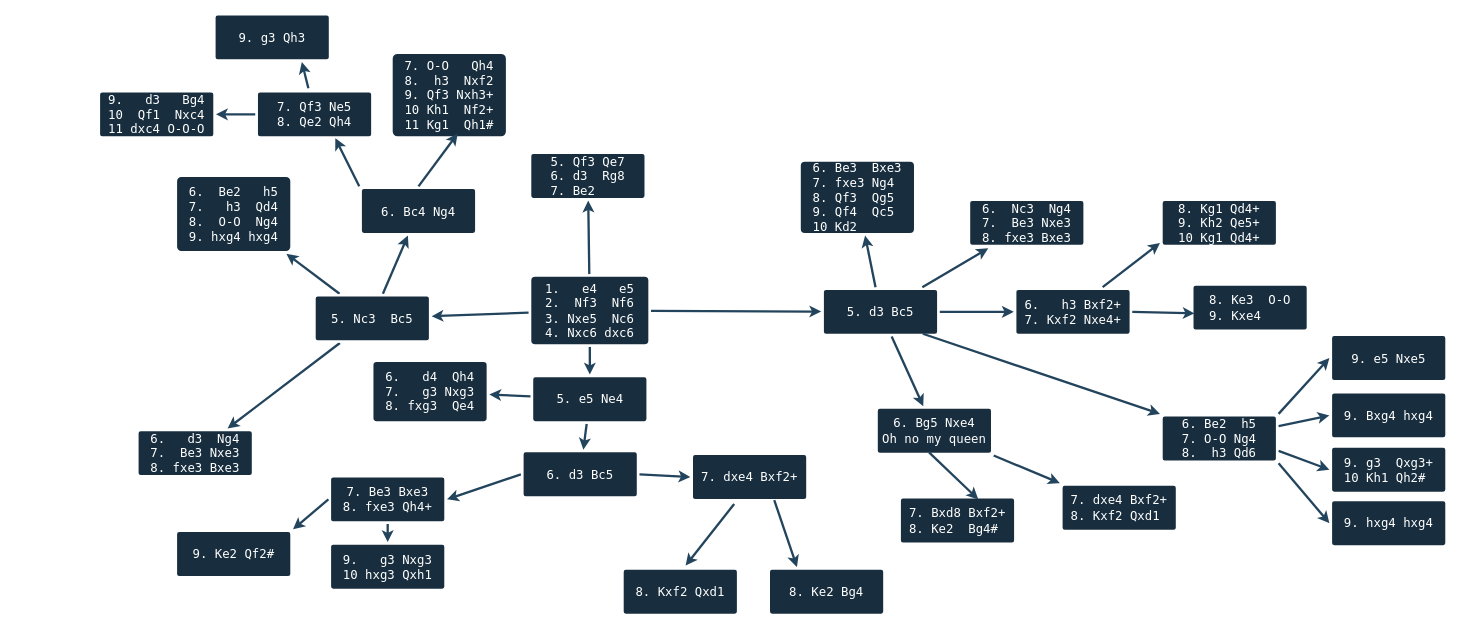
Earlier version of the draw.io diagram Untitled Diagram.drawio (xetenigune/endothermic-cretoxyrhina). Source tidied: cells renumbered, new cells numbered last; positions are measured from the earlier drawing's top-left corner, leaving out a move shared by most shapes. Both pictures are drawn from the tidied source at 77%, with x=0, y=0 at pixel (99, 14).
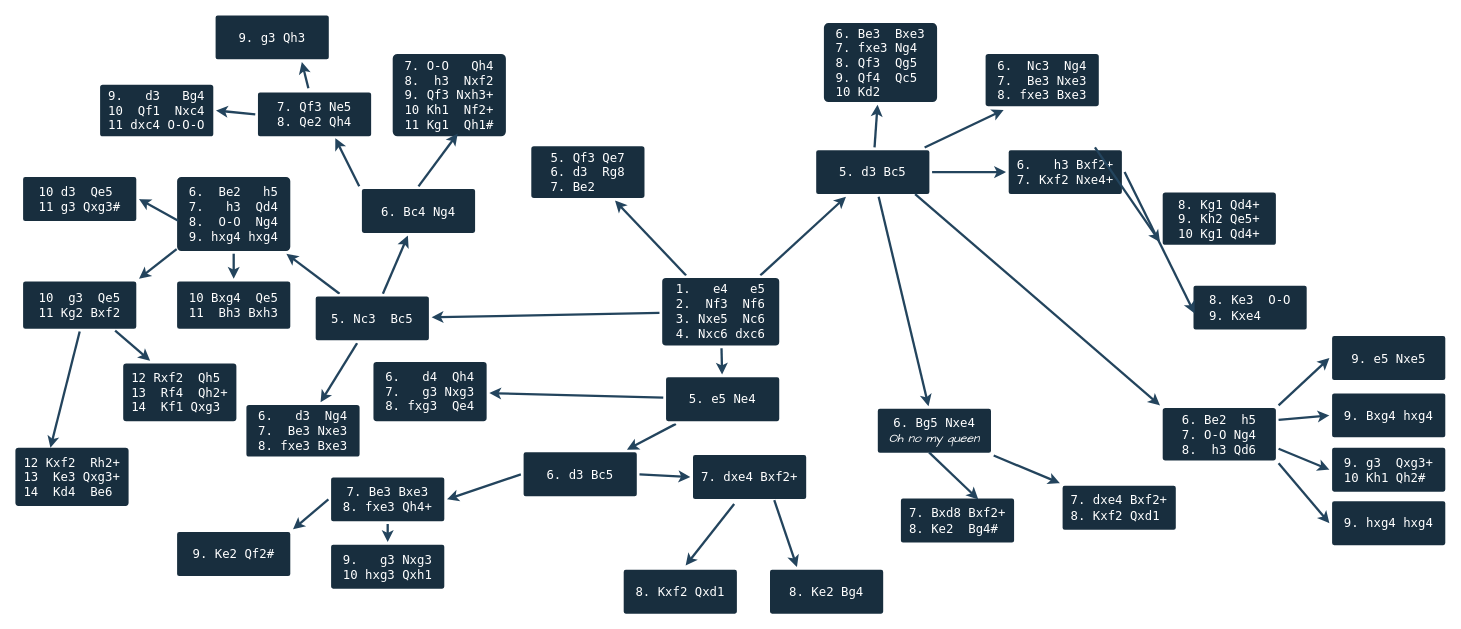
The same diagram, later.

Unchanged cells that the change refers to:
```xml
<mxCell id="11" value="6.&amp;nbsp; Be2&amp;nbsp; &amp;nbsp;h5&lt;br style=&quot;font-size: 16px;&quot;&gt;7.&amp;nbsp; &amp;nbsp;h3&amp;nbsp; Qd4&lt;br style=&quot;font-size: 16px;&quot;&gt;8.&amp;nbsp; O-O&amp;nbsp; Ng4&lt;br style=&quot;font-size: 16px;&quot;&gt;9. hxg4 hxg4" style="rounded=1;whiteSpace=wrap;html=1;shadow=0;labelBackgroundColor=none;strokeColor=#FFFFFF;strokeWidth=3;fillColor=#182E3E;fontFamily=Lucida Console;fontSize=16;fontColor=#FFFFFF;align=center;spacing=5;fontStyle=0;arcSize=7;perimeterSpacing=2;" parent="1" vertex="1">
  <mxGeometry x="100" y="210" width="150" height="99" as="geometry" />
</mxCell>
```

The edit, as a diff of the source:
```diff
@@
     <mxCell id="6" value="&lt;font style=&quot;font-size: 16px;&quot;&gt;1.&amp;nbsp; &amp;nbsp;e4&amp;nbsp; &amp;nbsp;e5&lt;br style=&quot;font-size: 16px;&quot;&gt;2.&amp;nbsp; Nf3&amp;nbsp; Nf6&lt;br style=&quot;font-size: 16px;&quot;&gt;3. Nxe5&amp;nbsp; Nc6&lt;br style=&quot;font-size: 16px;&quot;&gt;4. Nxc6 dxc6&lt;br style=&quot;font-size: 16px;&quot;&gt;&lt;/font&gt;" style="rounded=1;whiteSpace=wrap;html=1;shadow=0;labelBackgroundColor=none;strokeColor=#FFFFFF;strokeWidth=3;fillColor=#182E3E;fontFamily=Lucida Console;fontSize=16;fontColor=#FFFFFF;align=center;fontStyle=0;spacing=5;arcSize=7;perimeterSpacing=2;" parent="1" vertex="1">
-      <mxGeometry x="560" y="339.5" width="155" height="90.5" as="geometry" />
+      <mxGeometry x="730" y="341.2" width="155" height="90.5" as="geometry" />
     </mxCell>
@@
     <mxCell id="13" value="6.&amp;nbsp; &amp;nbsp;d3&amp;nbsp; Ng4&lt;br style=&quot;font-size: 16px;&quot;&gt;7.&amp;nbsp; Be3 Nxe3&lt;br style=&quot;font-size: 16px;&quot;&gt;8. fxe3 Bxe3" style="rounded=1;whiteSpace=wrap;html=1;shadow=0;labelBackgroundColor=none;strokeColor=#FFFFFF;strokeWidth=3;fillColor=#182E3E;fontFamily=Lucida Console;fontSize=16;fontColor=#FFFFFF;align=center;spacing=5;fontStyle=0;arcSize=7;perimeterSpacing=2;" parent="1" vertex="1">
-      <mxGeometry x="50" y="540" width="150" height="60" as="geometry" />
+      <mxGeometry x="190" y="506" width="150" height="70" as="geometry" />
     </mxCell>
@@
     <mxCell id="17" value="5. e5 Ne4" style="rounded=1;whiteSpace=wrap;html=1;shadow=0;labelBackgroundColor=none;strokeColor=#FFFFFF;strokeWidth=3;fillColor=#182E3E;fontFamily=Lucida Console;fontSize=16;fontColor=#FFFFFF;align=center;spacing=5;fontStyle=0;arcSize=7;perimeterSpacing=2;" parent="1" vertex="1">
-      <mxGeometry x="562.5" y="470" width="150" height="60" as="geometry" />
+      <mxGeometry x="735" y="470" width="150" height="60" as="geometry" />
     </mxCell>
@@
     <mxCell id="21" value="5. Qf3 Qe7&lt;br style=&quot;font-size: 16px;&quot;&gt;6. d3&amp;nbsp; Rg8&lt;br style=&quot;font-size: 16px;&quot;&gt;7. Be2&amp;nbsp; &amp;nbsp;&amp;nbsp;" style="rounded=1;whiteSpace=wrap;html=1;shadow=0;labelBackgroundColor=none;strokeColor=#FFFFFF;strokeWidth=3;fillColor=#182E3E;fontFamily=Lucida Console;fontSize=16;fontColor=#FFFFFF;align=center;spacing=5;fontStyle=0;arcSize=7;perimeterSpacing=2;" parent="1" vertex="1">
-      <mxGeometry x="560" y="180" width="150" height="60" as="geometry" />
+      <mxGeometry x="560" y="170" width="150" height="70" as="geometry" />
     </mxCell>
     <mxCell id="22" value="5. d3 Bc5" style="rounded=1;whiteSpace=wrap;html=1;shadow=0;labelBackgroundColor=none;strokeColor=#FFFFFF;strokeWidth=3;fillColor=#182E3E;fontFamily=Lucida Console;fontSize=16;fontColor=#FFFFFF;align=center;spacing=5;fontStyle=0;arcSize=7;perimeterSpacing=2;" parent="1" vertex="1">
-      <mxGeometry x="940" y="356.5" width="150" height="60" as="geometry" />
+      <mxGeometry x="930" y="175" width="150" height="60" as="geometry" />
     </mxCell>
     <mxCell id="23" value="6. Be3&amp;nbsp; Bxe3&lt;br style=&quot;font-size: 16px;&quot;&gt;7. fxe3 Ng4&amp;nbsp;&lt;br style=&quot;font-size: 16px;&quot;&gt;8. Qf3&amp;nbsp; Qg5&amp;nbsp;&lt;br style=&quot;font-size: 16px;&quot;&gt;9. Qf4&amp;nbsp; Qc5&amp;nbsp;&lt;br style=&quot;font-size: 16px;&quot;&gt;10 Kd2&amp;nbsp; &amp;nbsp; &amp;nbsp;&amp;nbsp;" style="rounded=1;whiteSpace=wrap;html=1;shadow=0;labelBackgroundColor=none;strokeColor=#FFFFFF;strokeWidth=3;fillColor=#182E3E;fontFamily=Lucida Console;fontSize=16;fontColor=#FFFFFF;align=center;spacing=5;fontStyle=0;arcSize=7;perimeterSpacing=2;" parent="1" vertex="1">
-      <mxGeometry x="910" y="190" width="150" height="95.5" as="geometry" />
+      <mxGeometry x="940" y="10" width="150" height="105.5" as="geometry" />
     </mxCell>
@@
     <mxCell id="25" value="6.&amp;nbsp; &amp;nbsp;h3 Bxf2+&lt;br style=&quot;font-size: 16px;&quot;&gt;7. Kxf2 Nxe4+" style="rounded=1;whiteSpace=wrap;html=1;shadow=0;labelBackgroundColor=none;strokeColor=#FFFFFF;strokeWidth=3;fillColor=#182E3E;fontFamily=Lucida Console;fontSize=16;fontColor=#FFFFFF;align=center;spacing=5;fontStyle=0;arcSize=7;perimeterSpacing=2;" parent="1" vertex="1">
-      <mxGeometry x="1190" y="356.5" width="150" height="60" as="geometry" />
+      <mxGeometry x="1180" y="175" width="150" height="60" as="geometry" />
     </mxCell>
@@
     <mxCell id="27" value="6.&amp;nbsp; Nc3&amp;nbsp; Ng4&lt;br style=&quot;font-size: 16px;&quot;&gt;7.&amp;nbsp; Be3 Nxe3&lt;br style=&quot;font-size: 16px;&quot;&gt;8. fxe3 Bxe3" style="rounded=1;whiteSpace=wrap;html=1;shadow=0;labelBackgroundColor=none;strokeColor=#FFFFFF;strokeWidth=3;fillColor=#182E3E;fontFamily=Lucida Console;fontSize=16;fontColor=#FFFFFF;align=center;spacing=5;fontStyle=0;arcSize=7;perimeterSpacing=2;" parent="1" vertex="1">
-      <mxGeometry x="1130" y="241" width="150" height="60" as="geometry" />
+      <mxGeometry x="1150" y="50" width="150" height="71" as="geometry" />
     </mxCell>
@@
-    <mxCell id="29" value="6. Bg5 Nxe4&lt;br style=&quot;font-size: 16px;&quot;&gt;Oh no my queen" style="rounded=1;whiteSpace=wrap;html=1;shadow=0;labelBackgroundColor=none;strokeColor=#FFFFFF;strokeWidth=3;fillColor=#182E3E;fontFamily=Lucida Console;fontSize=16;fontColor=#FFFFFF;align=center;spacing=5;fontStyle=0;arcSize=7;perimeterSpacing=2;fillStyle=auto;" parent="1" vertex="1">
+    <mxCell id="29" value="6. Bg5 Nxe4&lt;br style=&quot;font-size: 16px;&quot;&gt;&lt;font face=&quot;Comic Sans MS&quot;&gt;&lt;i&gt;Oh no my queen&lt;/i&gt;&lt;/font&gt;" style="rounded=1;whiteSpace=wrap;html=1;shadow=0;labelBackgroundColor=none;strokeColor=#FFFFFF;strokeWidth=3;fillColor=#182E3E;fontFamily=Lucida Console;fontSize=16;fontColor=#FFFFFF;align=center;spacing=5;fontStyle=0;arcSize=7;perimeterSpacing=2;fillStyle=auto;" parent="1" vertex="1">
       <mxGeometry x="1010" y="511" width="150" height="60" as="geometry" />
     </mxCell>
@@
     <mxCell id="31" value="6. Be2&amp;nbsp; h5&lt;br style=&quot;font-size: 16px;&quot;&gt;7. O-O Ng4&lt;br style=&quot;font-size: 16px;&quot;&gt;8.&amp;nbsp; h3 Qd6" style="rounded=1;whiteSpace=wrap;html=1;shadow=0;labelBackgroundColor=none;strokeColor=#FFFFFF;strokeWidth=3;fillColor=#182E3E;fontFamily=Lucida Console;fontSize=16;fontColor=#FFFFFF;align=center;spacing=5;fontStyle=0;arcSize=7;perimeterSpacing=2;" parent="1" vertex="1">
-      <mxGeometry x="1380" y="521" width="150" height="60" as="geometry" />
+      <mxGeometry x="1380" y="510" width="150" height="71" as="geometry" />
     </mxCell>
@@
     <mxCell id="33" value="8. Kg1 Qd4+&lt;br style=&quot;font-size: 16px;&quot;&gt;9. Kh2 Qe5+&lt;br style=&quot;font-size: 16px;&quot;&gt;10 Kg1 Qd4+" style="rounded=1;whiteSpace=wrap;html=1;shadow=0;labelBackgroundColor=none;strokeColor=#FFFFFF;strokeWidth=3;fillColor=#182E3E;fontFamily=Lucida Console;fontSize=16;fontColor=#FFFFFF;align=center;spacing=5;fontStyle=0;arcSize=7;perimeterSpacing=2;" parent="1" vertex="1">
-      <mxGeometry x="1380" y="241" width="150" height="60" as="geometry" />
+      <mxGeometry x="1380" y="230" width="150" height="71" as="geometry" />
     </mxCell>
@@
     <mxCell id="64" value="9.&amp;nbsp; &amp;nbsp;d3&amp;nbsp; &amp;nbsp;Bg4&lt;br style=&quot;font-size: 16px;&quot;&gt;10&amp;nbsp; Qf1&amp;nbsp; Nxc4&lt;br style=&quot;font-size: 16px;&quot;&gt;11 dxc4 O-O-O" style="rounded=1;whiteSpace=wrap;html=1;shadow=0;labelBackgroundColor=none;strokeColor=#FFFFFF;strokeWidth=3;fillColor=#182E3E;fontFamily=Lucida Console;fontSize=16;fontColor=#FFFFFF;align=center;spacing=5;fontStyle=0;arcSize=7;perimeterSpacing=2;" parent="1" vertex="1">
-      <mxGeometry y="100" width="150" height="60" as="geometry" />
+      <mxGeometry y="90" width="150" height="70" as="geometry" />
     </mxCell>
@@
+    <mxCell id="67" value="10 d3&amp;nbsp; Qe5&amp;nbsp;&lt;br&gt;11 g3 Qxg3#" style="rounded=1;whiteSpace=wrap;html=1;shadow=0;labelBackgroundColor=none;strokeColor=#FFFFFF;strokeWidth=3;fillColor=#182E3E;fontFamily=Lucida Console;fontSize=16;fontColor=#FFFFFF;align=center;spacing=5;fontStyle=0;arcSize=7;perimeterSpacing=2;" parent="1" vertex="1">
+      <mxGeometry x="-100" y="210" width="150" height="60" as="geometry" />
+    </mxCell>
+    <mxCell id="68" value="10&amp;nbsp; g3&amp;nbsp; Qe5&lt;br&gt;11 Kg2 Bxf2" style="rounded=1;whiteSpace=wrap;html=1;shadow=0;labelBackgroundColor=none;strokeColor=#FFFFFF;strokeWidth=3;fillColor=#182E3E;fontFamily=Lucida Console;fontSize=16;fontColor=#FFFFFF;align=center;spacing=5;fontStyle=0;arcSize=7;perimeterSpacing=2;" parent="1" vertex="1">
+      <mxGeometry x="-100" y="345.5" width="150" height="64.5" as="geometry" />
+    </mxCell>
+    <mxCell id="69" value="10 Bxg4&amp;nbsp; Qe5&lt;br&gt;11&amp;nbsp; Bh3 Bxh3" style="rounded=1;whiteSpace=wrap;html=1;shadow=0;labelBackgroundColor=none;strokeColor=#FFFFFF;strokeWidth=3;fillColor=#182E3E;fontFamily=Lucida Console;fontSize=16;fontColor=#FFFFFF;align=center;spacing=5;fontStyle=0;arcSize=7;perimeterSpacing=2;" parent="1" vertex="1">
+      <mxGeometry x="100" y="345.5" width="150" height="64.5" as="geometry" />
+    </mxCell>
+    <mxCell id="70" style="edgeStyle=none;rounded=1;jumpStyle=none;html=1;shadow=0;labelBackgroundColor=none;startArrow=none;startFill=0;jettySize=auto;strokeColor=#23445D;strokeWidth=3;fontFamily=Lucida Console;fontSize=16;fontColor=default;spacing=5;fontStyle=0;exitX=0.5;exitY=1;exitDx=0;exitDy=0;entryX=0.5;entryY=0;entryDx=0;entryDy=0;" parent="1" edge="1" source="11" target="69">
+      <mxGeometry relative="1" as="geometry" />
+    </mxCell>
+    <mxCell id="71" style="edgeStyle=none;rounded=1;jumpStyle=none;html=1;shadow=0;labelBackgroundColor=none;startArrow=none;startFill=0;jettySize=auto;strokeColor=#23445D;strokeWidth=3;fontFamily=Lucida Console;fontSize=16;fontColor=default;spacing=5;fontStyle=0;exitX=0.019;exitY=0.942;exitDx=0;exitDy=0;exitPerimeter=0;entryX=1;entryY=0;entryDx=0;entryDy=0;" parent="1" edge="1" source="11" target="68">
+      <mxGeometry relative="1" as="geometry" />
+    </mxCell>
+    <mxCell id="72" style="edgeStyle=none;rounded=1;jumpStyle=none;html=1;shadow=0;labelBackgroundColor=none;startArrow=none;startFill=0;jettySize=auto;strokeColor=#23445D;strokeWidth=3;fontFamily=Lucida Console;fontSize=16;fontColor=default;spacing=5;fontStyle=0;exitX=0.032;exitY=0.583;exitDx=0;exitDy=0;exitPerimeter=0;entryX=1;entryY=0.5;entryDx=0;entryDy=0;" parent="1" edge="1" source="11" target="67">
+      <mxGeometry relative="1" as="geometry" />
+    </mxCell>
+    <mxCell id="73" value="12 Rxf2&amp;nbsp; Qh5&amp;nbsp;&lt;br&gt;13&amp;nbsp; Rf4&amp;nbsp; Qh2+&lt;br&gt;14&amp;nbsp; Kf1 Qxg3&amp;nbsp;" style="rounded=1;whiteSpace=wrap;html=1;shadow=0;labelBackgroundColor=none;strokeColor=#FFFFFF;strokeWidth=3;fillColor=#182E3E;fontFamily=Lucida Console;fontSize=16;fontColor=#FFFFFF;align=center;spacing=5;fontStyle=0;arcSize=7;perimeterSpacing=2;" parent="1" vertex="1">
+      <mxGeometry x="30" y="452" width="150" height="78" as="geometry" />
+    </mxCell>
+    <mxCell id="74" value="12 Kxf2&amp;nbsp; Rh2+&lt;br&gt;13&amp;nbsp; Ke3 Qxg3+&lt;br&gt;14&amp;nbsp; Kd4&amp;nbsp; Be6&amp;nbsp;" style="rounded=1;whiteSpace=wrap;html=1;shadow=0;labelBackgroundColor=none;strokeColor=#FFFFFF;strokeWidth=3;fillColor=#182E3E;fontFamily=Lucida Console;fontSize=16;fontColor=#FFFFFF;align=center;spacing=5;fontStyle=0;arcSize=7;perimeterSpacing=2;" parent="1" vertex="1">
+      <mxGeometry x="-110" y="561.5" width="150" height="78.5" as="geometry" />
+    </mxCell>
+    <mxCell id="75" style="edgeStyle=none;rounded=1;jumpStyle=none;html=1;shadow=0;labelBackgroundColor=none;startArrow=none;startFill=0;jettySize=auto;strokeColor=#23445D;strokeWidth=3;fontFamily=Lucida Console;fontSize=16;fontColor=default;spacing=5;fontStyle=0;exitX=0.5;exitY=1;exitDx=0;exitDy=0;entryX=0.318;entryY=0.044;entryDx=0;entryDy=0;entryPerimeter=0;" parent="1" edge="1" source="68" target="74">
+      <mxGeometry relative="1" as="geometry" />
+    </mxCell>
+    <mxCell id="76" style="edgeStyle=none;rounded=1;jumpStyle=none;html=1;shadow=0;labelBackgroundColor=none;startArrow=none;startFill=0;jettySize=auto;strokeColor=#23445D;strokeWidth=3;fontFamily=Lucida Console;fontSize=16;fontColor=default;spacing=5;fontStyle=0;exitX=0.799;exitY=0.985;exitDx=0;exitDy=0;exitPerimeter=0;entryX=0.25;entryY=0;entryDx=0;entryDy=0;" parent="1" edge="1" source="68" target="73">
+      <mxGeometry relative="1" as="geometry" />
+    </mxCell>
```
